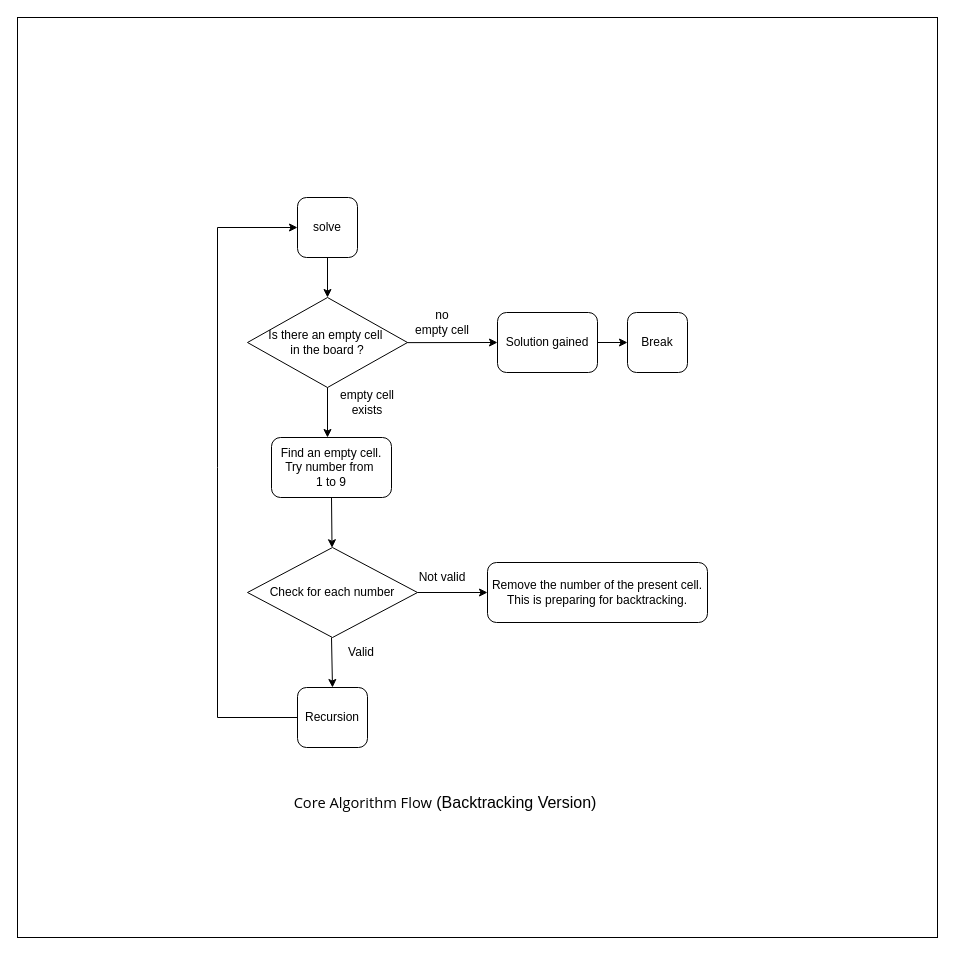
MiWaishi/sudoku keeps this draw.io diagram as 未命名绘图.drawio. Above is the earlier version. Source tidied: cells renumbered, new cells numbered last; positions are measured from the earlier drawing's top-left corner, leaving out a move shared by most shapes. Both pictures are drawn from the tidied source at 100%, with x=0, y=0 at pixel (17, 17).
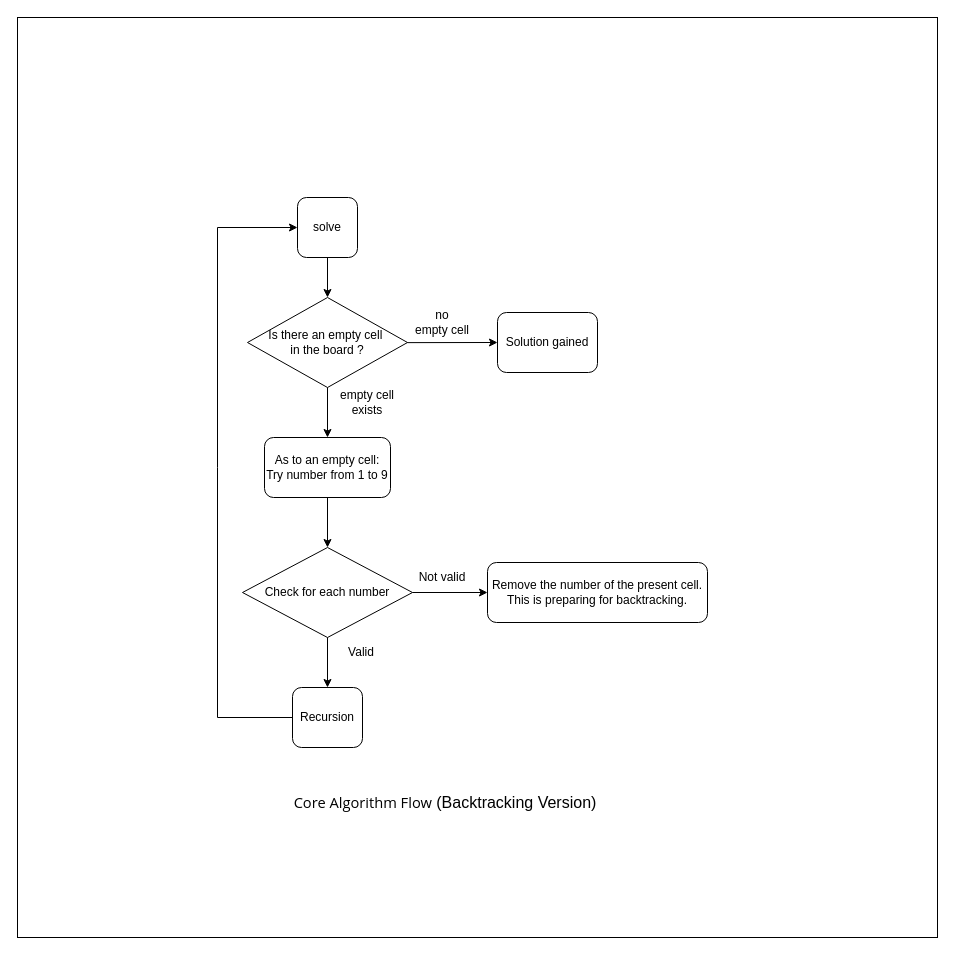
The same page after the edit.

Unchanged cells that the change refers to:
```xml
<mxCell id="5" value="Solution gained" style="rounded=1;whiteSpace=wrap;html=1;" parent="1" vertex="1">
  <mxGeometry x="480" y="295" width="100" height="60" as="geometry" />
</mxCell>
<mxCell id="13" value="Valid" style="text;html=1;align=center;verticalAlign=middle;whiteSpace=wrap;rounded=0;" parent="1" vertex="1">
  <mxGeometry x="314" y="620" width="60" height="30" as="geometry" />
</mxCell>
```

What changed in the source:
```diff
@@
-    <mxCell id="3" value="Find an empty cell.&lt;div&gt;Try number from&amp;nbsp;&lt;/div&gt;&lt;div&gt;1 to 9&lt;/div&gt;" style="rounded=1;whiteSpace=wrap;html=1;" parent="1" vertex="1">
-      <mxGeometry x="254" y="420" width="120" height="60" as="geometry" />
+    <mxCell id="3" value="As to an empty cell:&lt;div&gt;Try number from 1 to 9&lt;/div&gt;" style="rounded=1;whiteSpace=wrap;html=1;" parent="1" vertex="1">
+      <mxGeometry x="247" y="420" width="126" height="60" as="geometry" />
     </mxCell>
@@
-    <mxCell id="6" value="Break" style="rounded=1;whiteSpace=wrap;html=1;" parent="1" vertex="1">
-      <mxGeometry x="610" y="295" width="60" height="60" as="geometry" />
-    </mxCell>
@@
     <mxCell id="8" value="Recursion" style="rounded=1;whiteSpace=wrap;html=1;" parent="1" vertex="1">
-      <mxGeometry x="280" y="670" width="70" height="60" as="geometry" />
+      <mxGeometry x="275" y="670" width="70" height="60" as="geometry" />
     </mxCell>
@@
     <mxCell id="15" value="&lt;div&gt;Check for each number&lt;br&gt;&lt;/div&gt;" style="rhombus;whiteSpace=wrap;html=1;" parent="1" vertex="1">
-      <mxGeometry x="230" y="530" width="170" height="90" as="geometry" />
+      <mxGeometry x="225" y="530" width="170" height="90" as="geometry" />
     </mxCell>
@@
-    <mxCell id="20" style="endArrow=classic;html=1;rounded=0;exitX=0;exitY=0;exitDx=0;exitDy=0;entryX=0.5;entryY=0;entryDx=0;entryDy=0;" parent="1" edge="1" source="13" target="8">
+    <mxCell id="20" style="endArrow=classic;html=1;rounded=0;entryX=0.5;entryY=0;entryDx=0;entryDy=0;exitX=0.5;exitY=1;exitDx=0;exitDy=0;" parent="1" edge="1" source="15" target="8">
       <mxGeometry relative="1" as="geometry" />
     </mxCell>
@@
-    <mxCell id="23" style="endArrow=classic;html=1;rounded=0;exitX=1;exitY=0.5;exitDx=0;exitDy=0;entryX=0;entryY=0.5;entryDx=0;entryDy=0;" parent="1" edge="1" source="5" target="6">
-      <mxGeometry relative="1" as="geometry" />
-    </mxCell>
```
